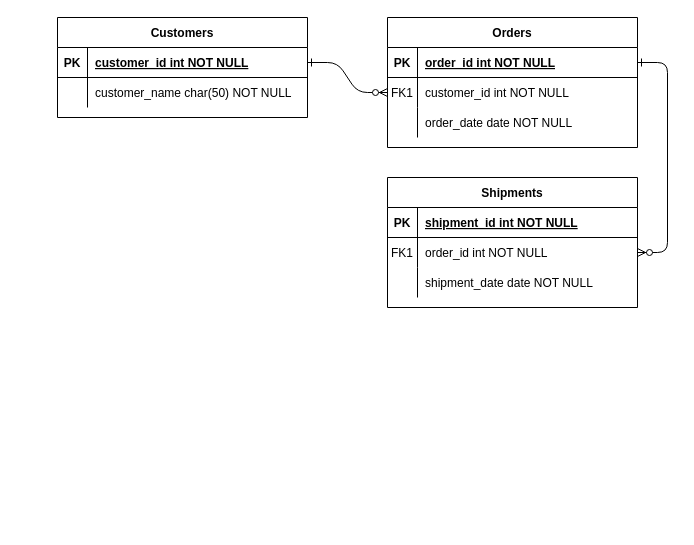
Earlier version of the draw.io diagram 未命名绘图.drawio (hilanmiao/diagrams.net). Source tidied: cells renumbered, new cells numbered last; positions are measured from the earlier drawing's top-left corner, leaving out a move shared by most shapes. Both pictures are drawn from the tidied source at 100%, with x=0, y=0 at pixel (57, 17).
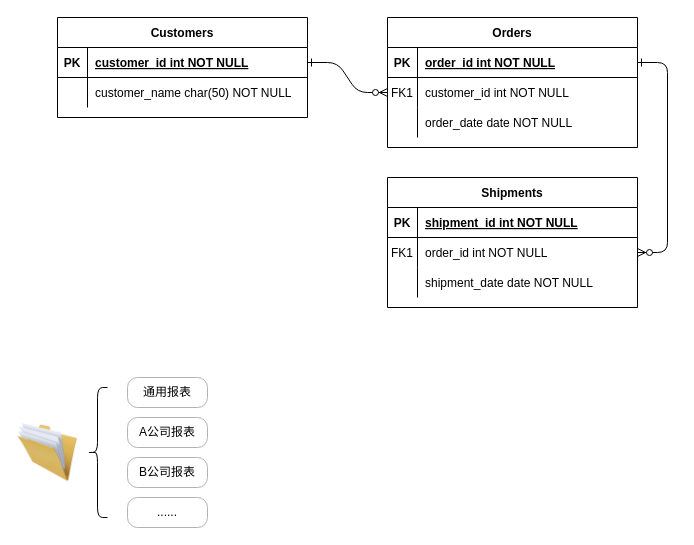
The same page after the edit.

Commit message (it also covers changes not shown here):
更新未命名绘图.drawio

What changed in the source:
```diff
@@
+    <mxCell id="31" style="image;html=1;image=img/lib/clip_art/general/Full_Folder_128x128.png;" parent="1" vertex="1">
+      <mxGeometry x="-40" y="405" width="60" height="60" as="geometry" />
+    </mxCell>
+    <mxCell id="32" style="shape=curlyBracket;whiteSpace=wrap;html=1;rounded=1;labelPosition=left;verticalLabelPosition=middle;align=right;verticalAlign=middle;" parent="1" vertex="1">
+      <mxGeometry x="30" y="370" width="20" height="130" as="geometry" />
+    </mxCell>
+    <mxCell id="33" value="通用报表" style="rounded=1;whiteSpace=wrap;html=1;strokeColor=#B3B3B3;arcSize=20;absoluteArcSize=1;" parent="1" vertex="1">
+      <mxGeometry x="70" y="360" width="80" height="30" as="geometry" />
+    </mxCell>
+    <mxCell id="34" value="A公司报表" style="rounded=1;whiteSpace=wrap;html=1;strokeColor=#B3B3B3;arcSize=20;absoluteArcSize=1;" parent="1" vertex="1">
+      <mxGeometry x="70" y="400" width="80" height="30" as="geometry" />
+    </mxCell>
+    <mxCell id="35" value="B公司报表" style="rounded=1;whiteSpace=wrap;html=1;strokeColor=#B3B3B3;arcSize=20;absoluteArcSize=1;" parent="1" vertex="1">
+      <mxGeometry x="70" y="440" width="80" height="30" as="geometry" />
+    </mxCell>
+    <mxCell id="36" value="......" style="rounded=1;whiteSpace=wrap;html=1;strokeColor=#B3B3B3;arcSize=20;absoluteArcSize=1;" parent="1" vertex="1">
+      <mxGeometry x="70" y="480" width="80" height="30" as="geometry" />
+    </mxCell>
```
